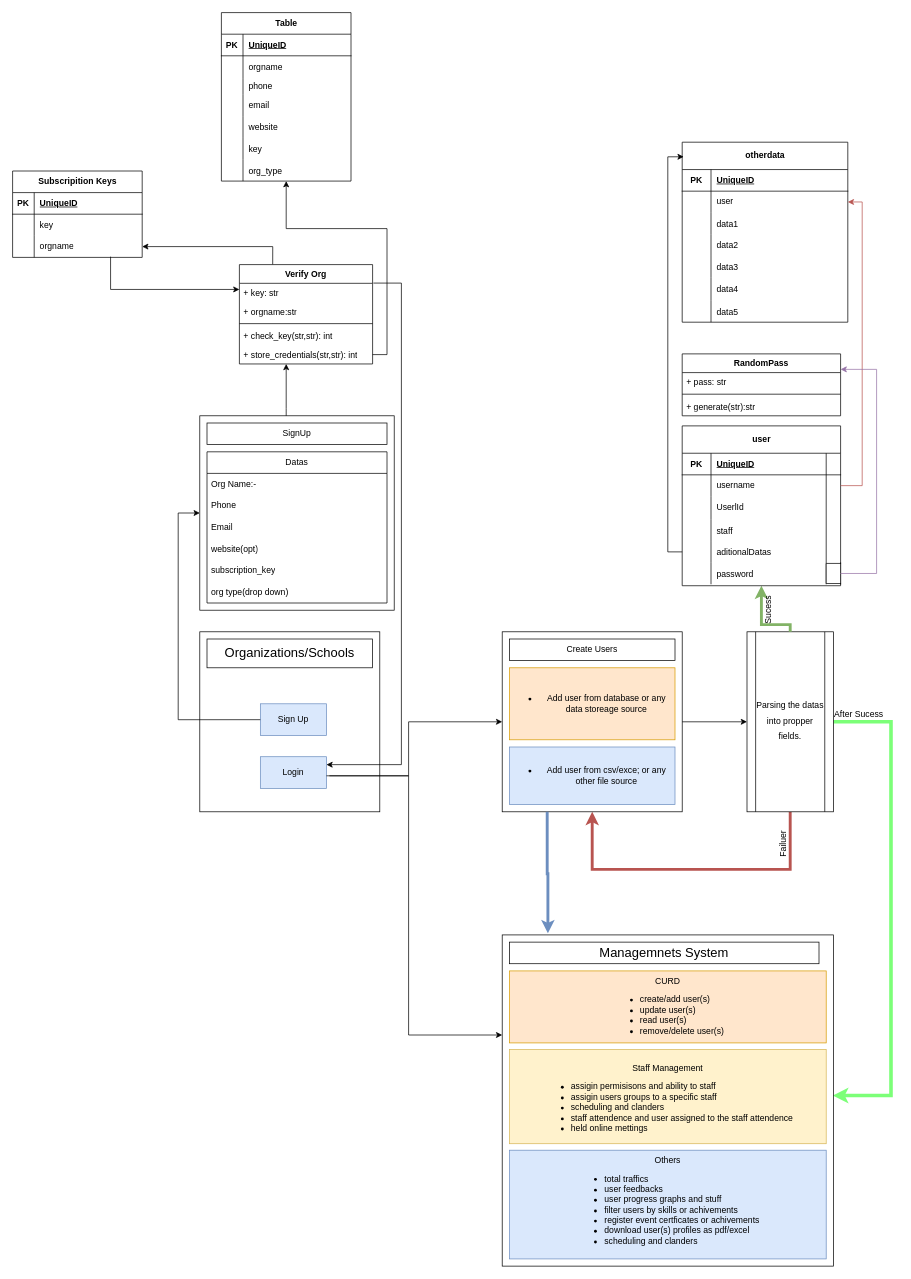
This is design_images/Untitled Diagram.drawio from leyuskckiran1510/SMFS, a draw.io file, before an edit. Source tidied: cells renumbered, new cells numbered last; positions are measured from the earlier drawing's top-left corner, leaving out a move shared by most shapes. Both pictures are drawn from the tidied source at 72%, with x=0, y=0 at pixel (12, 12).
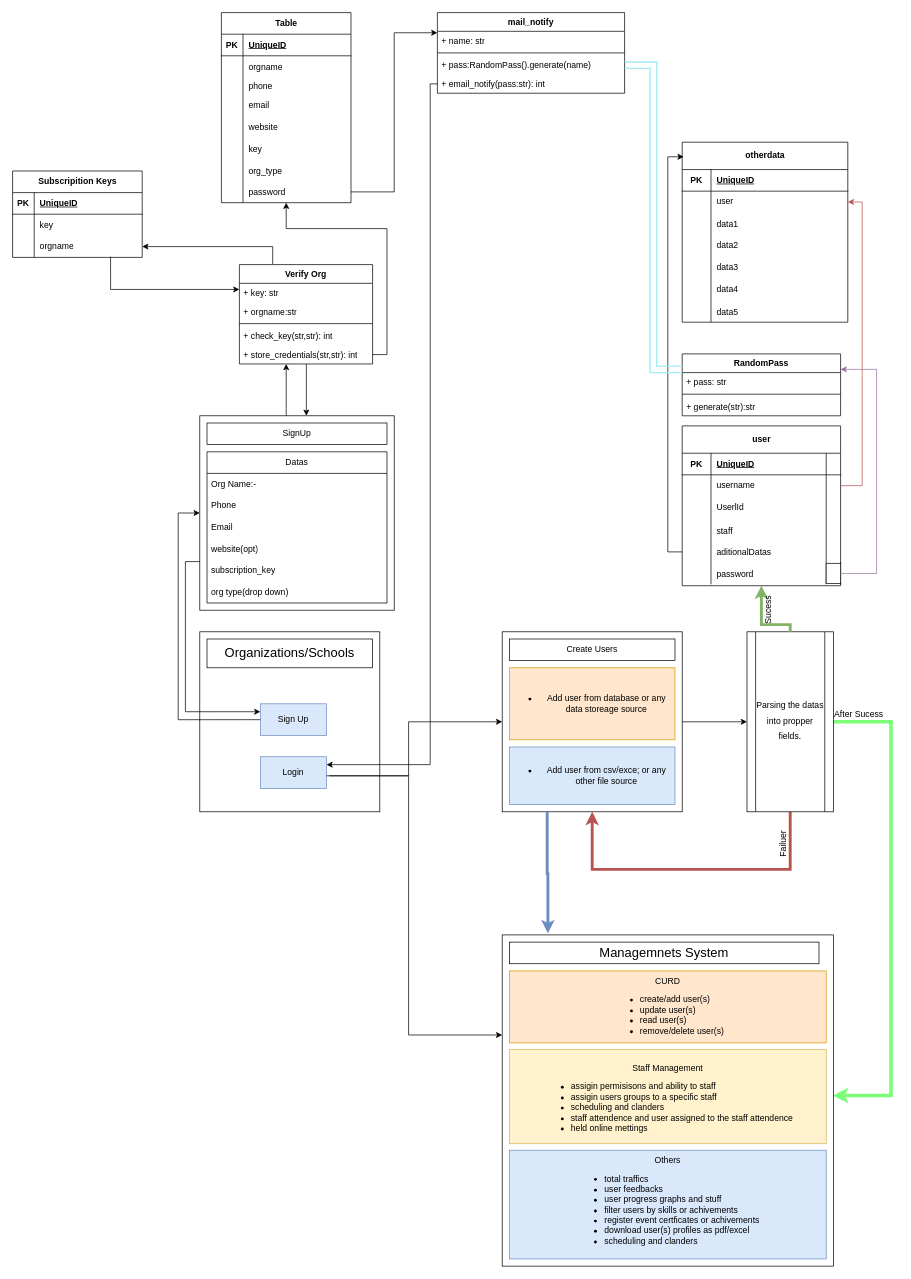
The same diagram, later.

Commit message:
user_app_completed_75_perc

Unchanged cells that the change refers to:
```xml
<mxCell id="5" value="Login" style="rounded=0;whiteSpace=wrap;html=1;fillColor=#dae8fc;strokeColor=#6c8ebf;" parent="4" vertex="1">
  <mxGeometry y="73.5" width="91.8" height="44.1" as="geometry" />
</mxCell>
<mxCell id="6" value="Sign Up" style="rounded=0;whiteSpace=wrap;html=1;fillColor=#dae8fc;strokeColor=#6c8ebf;" parent="4" vertex="1">
  <mxGeometry width="91.8" height="44.1" as="geometry" />
</mxCell>
<mxCell id="62" value="RandomPass" style="swimlane;fontStyle=1;align=center;verticalAlign=top;horizontal=1;startSize=26;whiteSpace=wrap;html=1;" parent="1" vertex="1">
  <mxGeometry x="930" y="474" width="220" height="86" as="geometry" />
</mxCell>
<mxCell id="82" value="&lt;br&gt;" style="whiteSpace=wrap;html=1;" parent="81" vertex="1">
  <mxGeometry width="270" height="270" as="geometry" />
</mxCell>
<mxCell id="117" value="Verify Org" style="swimlane;fontStyle=1;align=center;verticalAlign=top;horizontal=1;startSize=26;whiteSpace=wrap;html=1;" parent="1" vertex="1">
  <mxGeometry x="315" y="350" width="185" height="138" as="geometry" />
</mxCell>
```

What changed in the source:
```diff
@@
-    <mxCell id="93" style="edgeStyle=orthogonalEdgeStyle;rounded=0;jettySize=auto;html=1;exitX=1.006;exitY=0.186;exitDx=0;exitDy=0;entryX=1;entryY=0.25;entryDx=0;entryDy=0;exitPerimeter=0;" parent="1" edge="1" source="117" target="5">
+    <mxCell id="93" style="edgeStyle=orthogonalEdgeStyle;rounded=0;jettySize=auto;html=1;exitX=0;exitY=0.5;exitDx=0;exitDy=0;entryX=1;entryY=0.25;entryDx=0;entryDy=0;" parent="1" edge="1" source="145" target="5">
       <mxGeometry relative="1" as="geometry">
         <Array as="points">
-          <mxPoint x="540" y="376" />
-          <mxPoint x="540" y="1045" />
+          <mxPoint x="580" y="99" />
+          <mxPoint x="580" y="1045" />
         </Array>
       </mxGeometry>
     </mxCell>
     <mxCell id="94" value="Table" style="shape=table;startSize=30;childLayout=tableLayout;rowLines=0;fontStyle=1;align=center;html=1;" parent="1" vertex="1">
-      <mxGeometry x="290" width="180" height="234" as="geometry" />
+      <mxGeometry x="290" width="180" height="264" as="geometry" />
     </mxCell>
@@
+    <mxCell id="136" style="shape=tableRow;horizontal=0;startSize=0;swimlaneHead=0;swimlaneBody=0;fillColor=none;points=[[0,0.5],[1,0.5]];portConstraint=eastwest;top=0;left=0;right=0;bottom=0;" parent="94" vertex="1">
+      <mxGeometry y="234" width="180" height="30" as="geometry" />
+    </mxCell>
+    <mxCell id="137" style="shape=partialRectangle;fillColor=none;top=0;left=0;bottom=0;right=0;overflow=hidden;" parent="136" vertex="1">
+      <mxGeometry width="30" height="30" as="geometry" />
+    </mxCell>
+    <mxCell id="138" value="password" style="shape=partialRectangle;fillColor=none;top=0;left=0;bottom=0;right=0;align=left;spacingLeft=6;overflow=hidden;" parent="136" vertex="1">
+      <mxGeometry x="30" width="150" height="30" as="geometry" />
+    </mxCell>
@@
+    <mxCell id="139" style="edgeStyle=orthogonalEdgeStyle;rounded=0;jettySize=auto;html=1;" parent="1" edge="1" source="117">
+      <mxGeometry relative="1" as="geometry">
+        <mxPoint x="408" y="560" as="targetPoint" />
+        <Array as="points">
+          <mxPoint x="408" y="560" />
+        </Array>
+      </mxGeometry>
+    </mxCell>
+    <mxCell id="140" style="edgeStyle=orthogonalEdgeStyle;rounded=0;jettySize=auto;html=1;exitX=0;exitY=0.75;exitDx=0;exitDy=0;entryX=0;entryY=0.25;entryDx=0;entryDy=0;" parent="1" edge="1" source="82" target="6">
+      <mxGeometry relative="1" as="geometry">
+        <Array as="points">
+          <mxPoint x="240" y="763" />
+          <mxPoint x="240" y="971" />
+        </Array>
+      </mxGeometry>
+    </mxCell>
+    <mxCell id="141" value="mail_notify" style="swimlane;fontStyle=1;align=center;verticalAlign=top;horizontal=1;startSize=26;whiteSpace=wrap;html=1;" parent="1" vertex="1">
+      <mxGeometry x="590" width="260" height="112" as="geometry" />
+    </mxCell>
+    <mxCell id="142" value="+ name: str" style="text;strokeColor=none;fillColor=none;align=left;verticalAlign=top;spacingLeft=4;spacingRight=4;overflow=hidden;whiteSpace=wrap;html=1;" parent="141" vertex="1">
+      <mxGeometry y="26" width="260" height="26" as="geometry" />
+    </mxCell>
+    <mxCell id="143" style="line;strokeWidth=1;fillColor=none;align=left;verticalAlign=middle;spacingTop=-1;spacingLeft=3;spacingRight=3;labelPosition=right;strokeColor=inherit;" parent="141" vertex="1">
+      <mxGeometry y="52" width="260" height="8" as="geometry" />
+    </mxCell>
+    <mxCell id="144" value="+ pass:RandomPass().generate(name)" style="text;strokeColor=none;fillColor=none;align=left;verticalAlign=top;spacingLeft=4;spacingRight=4;overflow=hidden;points=[[0,0.5],[1,0.5]];portConstraint=eastwest;whiteSpace=wrap;html=1;" parent="141" vertex="1">
+      <mxGeometry y="60" width="260" height="26" as="geometry" />
+    </mxCell>
+    <mxCell id="145" value="+ email_notify(pass:str): int" style="text;strokeColor=none;fillColor=none;align=left;verticalAlign=top;spacingLeft=4;spacingRight=4;overflow=hidden;points=[[0,0.5],[1,0.5]];portConstraint=eastwest;whiteSpace=wrap;html=1;" parent="141" vertex="1">
+      <mxGeometry y="86" width="260" height="26" as="geometry" />
+    </mxCell>
+    <mxCell id="146" style="edgeStyle=orthogonalEdgeStyle;rounded=0;jettySize=auto;html=1;exitX=1;exitY=0.5;exitDx=0;exitDy=0;entryX=0;entryY=0.25;entryDx=0;entryDy=0;" parent="1" edge="1" source="136" target="141">
+      <mxGeometry relative="1" as="geometry" />
+    </mxCell>
+    <mxCell id="147" style="edgeStyle=orthogonalEdgeStyle;rounded=0;jettySize=auto;html=1;exitX=1;exitY=0.5;exitDx=0;exitDy=0;entryX=0;entryY=0.25;entryDx=0;entryDy=0;shape=link;width=8;strokeWidth=2;strokeColor=#a3ecf5;" parent="1" edge="1" source="144" target="62">
+      <mxGeometry relative="1" as="geometry" />
+    </mxCell>
```
